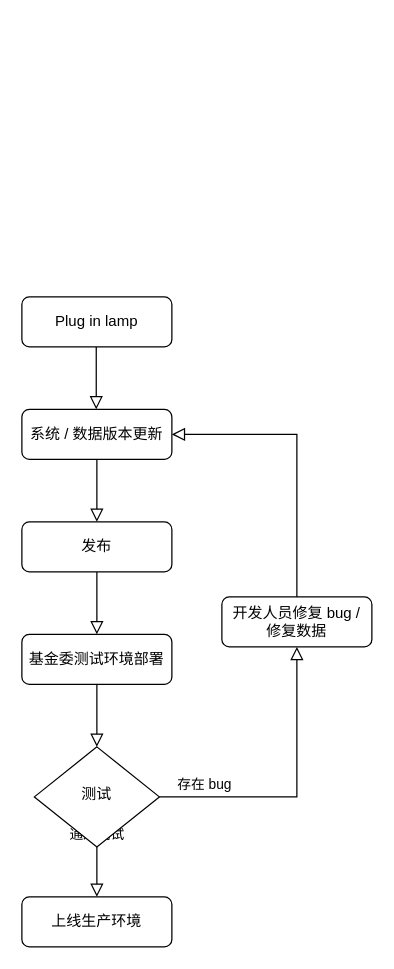
Above: Untitled Diagram.drawio in xianghuzhao/chart (draw.io), before the change. Source tidied: cells renumbered, new cells numbered last; positions are measured from the earlier drawing's top-left corner, leaving out a move shared by most shapes. Both pictures are drawn from the tidied source at 125%, with x=0, y=0 at pixel (21, 296).
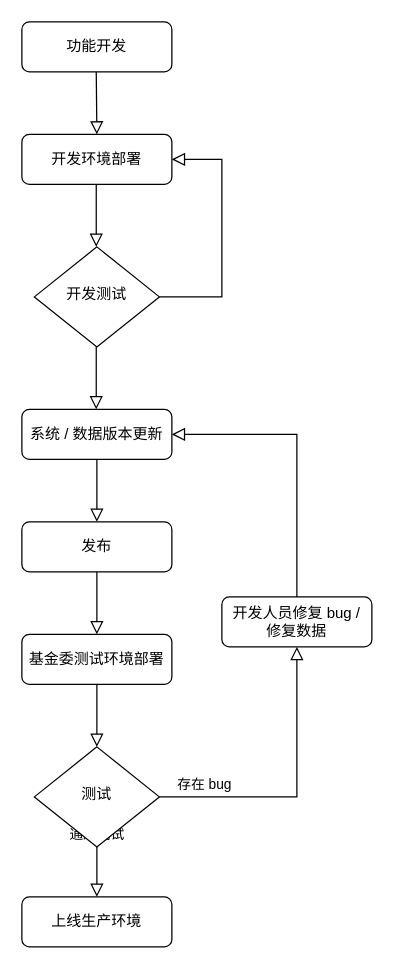
The same page after the edit.

Diff of the diagram source:
```diff
@@
-    <mxCell id="11" value="Plug in lamp" style="rounded=1;whiteSpace=wrap;html=1;fontSize=12;glass=0;strokeWidth=1;shadow=0;" parent="1" vertex="1">
-      <mxGeometry width="120" height="40" as="geometry" />
-    </mxCell>
@@
+    <mxCell id="16" value="功能开发" style="rounded=1;whiteSpace=wrap;html=1;fontSize=12;glass=0;strokeWidth=1;shadow=0;" parent="1" vertex="1">
+      <mxGeometry y="-220" width="120" height="40" as="geometry" />
+    </mxCell>
+    <mxCell id="17" style="rounded=0;html=1;jettySize=auto;fontSize=11;endArrow=block;endFill=0;endSize=8;strokeWidth=1;shadow=0;labelBackgroundColor=none;edgeStyle=orthogonalEdgeStyle;entryX=0.5;entryY=0;entryDx=0;entryDy=0;" parent="1" edge="1" target="18">
+      <mxGeometry relative="1" as="geometry">
+        <mxPoint x="59.5" y="-180" as="sourcePoint" />
+      </mxGeometry>
+    </mxCell>
+    <mxCell id="18" value="开发环境部署" style="rounded=1;whiteSpace=wrap;html=1;fontSize=12;glass=0;strokeWidth=1;shadow=0;" parent="1" vertex="1">
+      <mxGeometry y="-130" width="120" height="40" as="geometry" />
+    </mxCell>
+    <mxCell id="19" value="开发测试" style="rhombus;whiteSpace=wrap;html=1;shadow=0;fontFamily=Helvetica;fontSize=12;align=center;strokeWidth=1;spacing=6;spacingTop=-4;" parent="1" vertex="1">
+      <mxGeometry x="10" y="-40" width="100" height="80" as="geometry" />
+    </mxCell>
+    <mxCell id="20" style="rounded=0;html=1;jettySize=auto;orthogonalLoop=1;fontSize=11;endArrow=block;endFill=0;endSize=8;strokeWidth=1;shadow=0;labelBackgroundColor=none;edgeStyle=orthogonalEdgeStyle;" parent="1" edge="1">
+      <mxGeometry relative="1" as="geometry">
+        <mxPoint x="59.5" y="-90" as="sourcePoint" />
+        <mxPoint x="59.5" y="-40" as="targetPoint" />
+      </mxGeometry>
+    </mxCell>
+    <mxCell id="21" style="rounded=0;html=1;jettySize=auto;fontSize=11;endArrow=block;endFill=0;endSize=8;strokeWidth=1;shadow=0;labelBackgroundColor=none;edgeStyle=orthogonalEdgeStyle;exitX=1;exitY=0.5;exitDx=0;exitDy=0;entryX=1;entryY=0.5;entryDx=0;entryDy=0;" parent="1" edge="1" source="19" target="18">
+      <mxGeometry relative="1" as="geometry">
+        <Array as="points">
+          <mxPoint x="160" />
+          <mxPoint x="160" y="-110" />
+        </Array>
+      </mxGeometry>
+    </mxCell>
```
